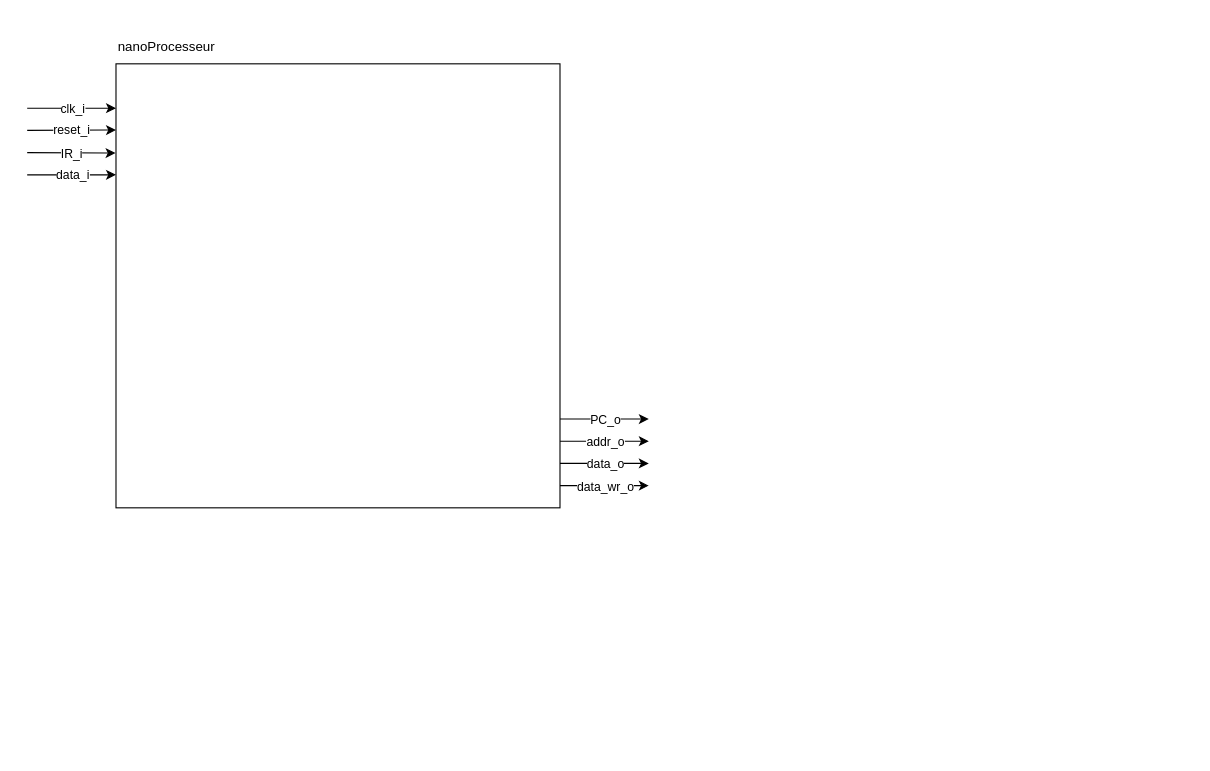
catabozan/sysnum-applique keeps this draw.io diagram as _documents/schemas/nanoProcesseur.drawio. Above is the earlier version. Source tidied: cells renumbered, new cells numbered last; positions are measured from the earlier drawing's top-left corner, leaving out a move shared by most shapes. Both pictures are drawn from the tidied source at 111%, with x=0, y=0 at pixel (27, 30).
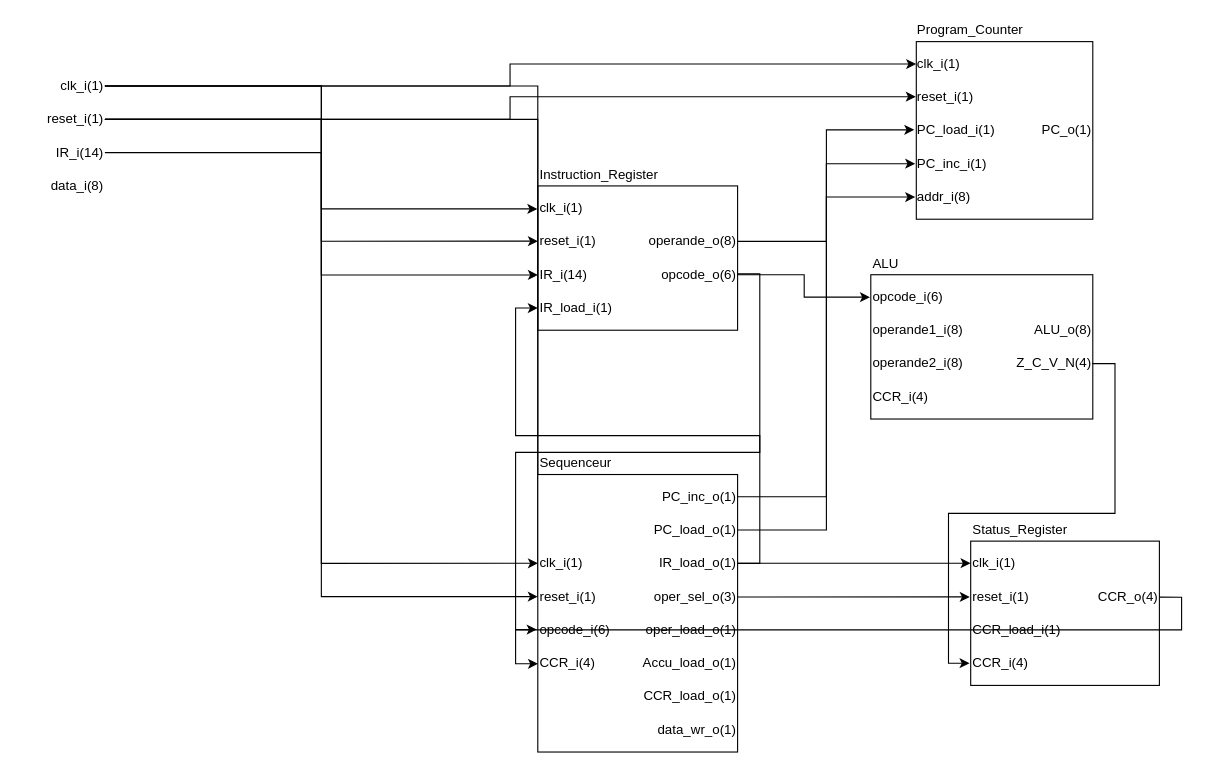
After the change.

Commit message:
docs: work on nanoProcesseur schema

Diff of the diagram source:
```diff
@@
-    <mxCell id="2" style="whiteSpace=wrap;html=1;" parent="1" vertex="1">
-      <mxGeometry x="80" y="30" width="400" height="400" as="geometry" />
-    </mxCell>
-    <mxCell id="3" value="nanoProcesseur" style="text;html=1;align=left;verticalAlign=middle;whiteSpace=wrap;rounded=0;" parent="1" vertex="1">
-      <mxGeometry x="80" width="60" height="30" as="geometry" />
-    </mxCell>
-    <mxCell id="4" style="endArrow=classic;html=1;rounded=0;entryX=0;entryY=0.1;entryDx=0;entryDy=0;entryPerimeter=0;" parent="1" edge="1" target="2">
-      <mxGeometry relative="1" as="geometry">
-        <mxPoint y="70" as="sourcePoint" />
-      </mxGeometry>
-    </mxCell>
-    <mxCell id="5" value="clk_i" style="edgeLabel;html=1;align=center;verticalAlign=middle;" parent="4" vertex="1">
-      <mxGeometry relative="1" as="geometry" />
-    </mxCell>
-    <mxCell id="6" style="endArrow=classic;html=1;rounded=0;entryX=0;entryY=0.149;entryDx=0;entryDy=0;entryPerimeter=0;" parent="1" edge="1" target="2">
-      <mxGeometry relative="1" as="geometry">
-        <mxPoint y="90" as="sourcePoint" />
-      </mxGeometry>
-    </mxCell>
-    <mxCell id="7" value="reset_i" style="edgeLabel;html=1;align=center;verticalAlign=middle;" parent="6" vertex="1">
-      <mxGeometry relative="1" as="geometry" />
-    </mxCell>
-    <mxCell id="8" style="endArrow=classic;html=1;rounded=0;entryX=-0.001;entryY=0.201;entryDx=0;entryDy=0;entryPerimeter=0;" parent="1" edge="1" target="2">
-      <mxGeometry relative="1" as="geometry">
-        <mxPoint y="110" as="sourcePoint" />
-      </mxGeometry>
-    </mxCell>
-    <mxCell id="9" value="IR_i" style="edgeLabel;html=1;align=center;verticalAlign=middle;" parent="8" vertex="1">
-      <mxGeometry relative="1" as="geometry" />
-    </mxCell>
-    <mxCell id="10" style="endArrow=classic;html=1;rounded=0;entryX=0;entryY=0.25;entryDx=0;entryDy=0;" parent="1" edge="1" target="2">
-      <mxGeometry relative="1" as="geometry">
-        <mxPoint y="130" as="sourcePoint" />
-      </mxGeometry>
-    </mxCell>
-    <mxCell id="11" value="data_i" style="edgeLabel;html=1;align=center;verticalAlign=middle;" parent="10" vertex="1">
-      <mxGeometry relative="1" as="geometry" />
-    </mxCell>
-    <mxCell id="12" style="endArrow=classic;html=1;rounded=0;" parent="1" edge="1">
-      <mxGeometry relative="1" as="geometry">
-        <mxPoint x="480" y="350" as="sourcePoint" />
-        <mxPoint x="560" y="350" as="targetPoint" />
-      </mxGeometry>
-    </mxCell>
-    <mxCell id="13" value="PC_o" style="edgeLabel;html=1;align=center;verticalAlign=middle;" parent="12" vertex="1">
-      <mxGeometry relative="1" as="geometry" />
-    </mxCell>
-    <mxCell id="14" style="endArrow=classic;html=1;rounded=0;" parent="1" edge="1">
-      <mxGeometry relative="1" as="geometry">
-        <mxPoint x="480" y="370" as="sourcePoint" />
-        <mxPoint x="560" y="370" as="targetPoint" />
-      </mxGeometry>
-    </mxCell>
-    <mxCell id="15" value="addr_o" style="edgeLabel;html=1;align=center;verticalAlign=middle;" parent="14" vertex="1">
-      <mxGeometry relative="1" as="geometry" />
-    </mxCell>
-    <mxCell id="16" style="endArrow=classic;html=1;rounded=0;" parent="1" edge="1">
-      <mxGeometry relative="1" as="geometry">
-        <mxPoint x="480" y="390" as="sourcePoint" />
-        <mxPoint x="560" y="390" as="targetPoint" />
-      </mxGeometry>
-    </mxCell>
-    <mxCell id="17" value="data_o" style="edgeLabel;html=1;align=center;verticalAlign=middle;" parent="16" vertex="1">
-      <mxGeometry relative="1" as="geometry" />
-    </mxCell>
-    <mxCell id="18" style="endArrow=classic;html=1;rounded=0;" parent="1" edge="1">
-      <mxGeometry relative="1" as="geometry">
-        <mxPoint x="480" y="410" as="sourcePoint" />
-        <mxPoint x="560" y="410" as="targetPoint" />
-      </mxGeometry>
-    </mxCell>
-    <mxCell id="19" value="data_wr_o" style="edgeLabel;html=1;align=center;verticalAlign=middle;" parent="18" vertex="1">
-      <mxGeometry relative="1" as="geometry" />
-    </mxCell>
+    <mxCell id="20" style="group;" parent="1" vertex="1">
+      <mxGeometry x="460" y="120" width="180" height="150" as="geometry" />
+    </mxCell>
+    <mxCell id="21" style="whiteSpace=wrap;html=1;" parent="20" vertex="1">
+      <mxGeometry y="20" width="180" height="130" as="geometry" />
+    </mxCell>
+    <mxCell id="22" value="clk_i(1)" style="text;html=1;align=left;verticalAlign=middle;points=[];strokeColor=none;fillColor=none;" parent="20" vertex="1">
+      <mxGeometry y="30" width="50" height="20" as="geometry" />
+    </mxCell>
+    <mxCell id="23" value="reset_i(1)" style="text;html=1;align=left;verticalAlign=middle;points=[];strokeColor=none;fillColor=none;" parent="20" vertex="1">
+      <mxGeometry y="60" width="50" height="20" as="geometry" />
+    </mxCell>
+    <mxCell id="24" value="IR_i(14)" style="text;html=1;align=left;verticalAlign=middle;points=[];strokeColor=none;fillColor=none;" parent="20" vertex="1">
+      <mxGeometry y="90" width="50" height="20" as="geometry" />
+    </mxCell>
+    <mxCell id="25" value="Instruction_Register" style="text;html=1;align=left;verticalAlign=middle;strokeColor=none;fillColor=none;" parent="20" vertex="1">
+      <mxGeometry width="120" height="20" as="geometry" />
+    </mxCell>
+    <mxCell id="26" value="IR_load_i(1)" style="text;html=1;align=left;verticalAlign=middle;points=[];strokeColor=none;fillColor=none;" parent="20" vertex="1">
+      <mxGeometry y="120" width="70" height="20" as="geometry" />
+    </mxCell>
+    <mxCell id="27" value="operande_o(8)" style="text;html=1;align=right;verticalAlign=middle;points=[];strokeColor=none;fillColor=none;" parent="20" vertex="1">
+      <mxGeometry x="90" y="60" width="90" height="20" as="geometry" />
+    </mxCell>
+    <mxCell id="28" value="opcode_o(6)" style="text;html=1;align=right;verticalAlign=middle;points=[];strokeColor=none;fillColor=none;" parent="20" vertex="1">
+      <mxGeometry x="90" y="90" width="90" height="20" as="geometry" />
+    </mxCell>
+    <mxCell id="29" style="edgeStyle=orthogonalEdgeStyle;rounded=0;jettySize=auto;html=1;entryX=-0.008;entryY=0.536;entryDx=0;entryDy=0;entryPerimeter=0;" parent="1" edge="1" source="33" target="22">
+      <mxGeometry relative="1" as="geometry" />
+    </mxCell>
+    <mxCell id="30" style="edgeStyle=orthogonalEdgeStyle;rounded=0;jettySize=auto;html=1;entryX=0.017;entryY=0.51;entryDx=0;entryDy=0;entryPerimeter=0;" parent="1" edge="1" source="33" target="45">
+      <mxGeometry relative="1" as="geometry" />
+    </mxCell>
+    <mxCell id="31" style="edgeStyle=orthogonalEdgeStyle;rounded=0;jettySize=auto;html=1;entryX=0.002;entryY=0.499;entryDx=0;entryDy=0;entryPerimeter=0;" parent="1" edge="1" source="33" target="64">
+      <mxGeometry relative="1" as="geometry" />
+    </mxCell>
+    <mxCell id="32" style="edgeStyle=orthogonalEdgeStyle;rounded=0;jettySize=auto;html=1;entryX=-0.002;entryY=0.494;entryDx=0;entryDy=0;entryPerimeter=0;" parent="1" edge="1" source="33" target="83">
+      <mxGeometry relative="1" as="geometry" />
+    </mxCell>
+    <mxCell id="33" value="clk_i(1)" style="text;html=1;align=right;verticalAlign=middle;points=[];strokeColor=none;fillColor=none;" parent="1" vertex="1">
+      <mxGeometry y="40" width="70" height="20" as="geometry" />
+    </mxCell>
+    <mxCell id="34" style="edgeStyle=orthogonalEdgeStyle;rounded=0;jettySize=auto;html=1;entryX=0.009;entryY=0.482;entryDx=0;entryDy=0;entryPerimeter=0;" parent="1" edge="1" source="37" target="46">
+      <mxGeometry relative="1" as="geometry" />
+    </mxCell>
+    <mxCell id="35" style="edgeStyle=orthogonalEdgeStyle;rounded=0;jettySize=auto;html=1;entryX=0;entryY=0.5;entryDx=0;entryDy=0;entryPerimeter=0;" parent="1" edge="1" source="37" target="65">
+      <mxGeometry relative="1" as="geometry" />
+    </mxCell>
+    <mxCell id="36" style="edgeStyle=orthogonalEdgeStyle;rounded=0;jettySize=auto;html=1;entryX=-0.014;entryY=0.513;entryDx=0;entryDy=0;entryPerimeter=0;" parent="1" edge="1" source="37" target="84">
+      <mxGeometry relative="1" as="geometry" />
+    </mxCell>
+    <mxCell id="37" value="reset_i(1)" style="text;html=1;align=right;verticalAlign=middle;points=[];strokeColor=none;fillColor=none;" parent="1" vertex="1">
+      <mxGeometry x="10" y="70" width="60" height="20" as="geometry" />
+    </mxCell>
+    <mxCell id="38" style="edgeStyle=orthogonalEdgeStyle;rounded=0;jettySize=auto;html=1;entryX=0.002;entryY=0.512;entryDx=0;entryDy=0;entryPerimeter=0;" parent="1" edge="1" source="39" target="24">
+      <mxGeometry relative="1" as="geometry" />
+    </mxCell>
+    <mxCell id="39" value="IR_i(14)" style="text;html=1;align=right;verticalAlign=middle;points=[];strokeColor=none;fillColor=none;" parent="1" vertex="1">
+      <mxGeometry x="20" y="100" width="50" height="20" as="geometry" />
+    </mxCell>
+    <mxCell id="40" value="data_i(8)" style="text;html=1;align=right;verticalAlign=middle;strokeColor=none;fillColor=none;" parent="1" vertex="1">
+      <mxGeometry x="10" y="130" width="60" height="20" as="geometry" />
+    </mxCell>
+    <mxCell id="41" style="edgeStyle=orthogonalEdgeStyle;rounded=0;jettySize=auto;html=1;entryX=0.002;entryY=0.488;entryDx=0;entryDy=0;entryPerimeter=0;" parent="1" edge="1" source="37" target="23">
+      <mxGeometry relative="1" as="geometry" />
+    </mxCell>
+    <mxCell id="42" style="edgeStyle=orthogonalEdgeStyle;rounded=0;jettySize=auto;html=1;entryX=0;entryY=0.5;entryDx=0;entryDy=0;entryPerimeter=0;" parent="1" edge="1" source="27" target="49">
+      <mxGeometry relative="1" as="geometry" />
+    </mxCell>
+    <mxCell id="43" style="group;" parent="1" vertex="1">
+      <mxGeometry x="800" y="-10" width="160" height="180" as="geometry" />
+    </mxCell>
+    <mxCell id="44" style="whiteSpace=wrap;html=1;" parent="43" vertex="1">
+      <mxGeometry x="1" y="20" width="159" height="160" as="geometry" />
+    </mxCell>
+    <mxCell id="45" value="clk_i(1)" style="text;html=1;align=left;verticalAlign=middle;points=[];strokeColor=none;fillColor=none;" parent="43" vertex="1">
+      <mxGeometry y="30" width="50" height="20" as="geometry" />
+    </mxCell>
+    <mxCell id="46" value="reset_i(1)" style="text;html=1;align=left;verticalAlign=middle;points=[];strokeColor=none;fillColor=none;" parent="43" vertex="1">
+      <mxGeometry y="60" width="60" height="20" as="geometry" />
+    </mxCell>
+    <mxCell id="47" value="PC_load_i(1)" style="text;html=1;align=left;verticalAlign=middle;points=[];strokeColor=none;fillColor=none;" parent="43" vertex="1">
+      <mxGeometry y="90" width="80" height="20" as="geometry" />
+    </mxCell>
+    <mxCell id="48" value="PC_inc_i(1)" style="text;html=1;align=left;verticalAlign=middle;points=[];strokeColor=none;fillColor=none;" parent="43" vertex="1">
+      <mxGeometry y="120" width="80" height="20" as="geometry" />
+    </mxCell>
+    <mxCell id="49" value="addr_i(8)" style="text;html=1;align=left;verticalAlign=middle;points=[];strokeColor=none;fillColor=none;" parent="43" vertex="1">
+      <mxGeometry y="150" width="60" height="20" as="geometry" />
+    </mxCell>
+    <mxCell id="50" value="PC_o(1)" style="text;html=1;align=right;verticalAlign=middle;strokeColor=none;fillColor=none;" parent="43" vertex="1">
+      <mxGeometry x="100" y="90" width="60" height="20" as="geometry" />
+    </mxCell>
+    <mxCell id="51" value="Program_Counter" style="text;html=1;align=left;verticalAlign=middle;strokeColor=none;fillColor=none;" parent="43" vertex="1">
+      <mxGeometry width="110" height="20" as="geometry" />
+    </mxCell>
+    <mxCell id="52" style="group;" parent="1" vertex="1">
+      <mxGeometry x="760" y="200" width="200" height="150" as="geometry" />
+    </mxCell>
+    <mxCell id="53" style="whiteSpace=wrap;html=1;" parent="52" vertex="1">
+      <mxGeometry y="20" width="200" height="130" as="geometry" />
+    </mxCell>
+    <mxCell id="54" value="opcode_i(6)" style="text;html=1;align=left;verticalAlign=middle;points=[];strokeColor=none;fillColor=none;" parent="52" vertex="1">
+      <mxGeometry y="30" width="70" height="20" as="geometry" />
+    </mxCell>
+    <mxCell id="55" value="operande2_i(8)" style="text;html=1;align=left;verticalAlign=middle;strokeColor=none;fillColor=none;" parent="52" vertex="1">
+      <mxGeometry y="90" width="90" height="20" as="geometry" />
+    </mxCell>
+    <mxCell id="56" value="operande1_i(8)" style="text;html=1;align=left;verticalAlign=middle;strokeColor=none;fillColor=none;" parent="52" vertex="1">
+      <mxGeometry y="60" width="90" height="20" as="geometry" />
+    </mxCell>
+    <mxCell id="57" value="CCR_i(4)" style="text;html=1;align=left;verticalAlign=middle;strokeColor=none;fillColor=none;" parent="52" vertex="1">
+      <mxGeometry y="120" width="60" height="20" as="geometry" />
+    </mxCell>
+    <mxCell id="58" value="ALU_o(8)" style="text;html=1;align=right;verticalAlign=middle;strokeColor=none;fillColor=none;" parent="52" vertex="1">
+      <mxGeometry x="110" y="60" width="90" height="20" as="geometry" />
+    </mxCell>
+    <mxCell id="59" value="Z_C_V_N(4)" style="text;html=1;align=right;verticalAlign=middle;points=[];strokeColor=none;fillColor=none;" parent="52" vertex="1">
+      <mxGeometry x="110" y="90" width="90" height="20" as="geometry" />
+    </mxCell>
+    <mxCell id="60" value="ALU" style="text;html=1;align=left;verticalAlign=middle;strokeColor=none;fillColor=none;" parent="52" vertex="1">
+      <mxGeometry width="40" height="20" as="geometry" />
+    </mxCell>
+    <mxCell id="61" style="edgeStyle=orthogonalEdgeStyle;rounded=0;jettySize=auto;html=1;entryX=-0.011;entryY=0.51;entryDx=0;entryDy=0;entryPerimeter=0;" parent="1" edge="1" source="28" target="54">
+      <mxGeometry relative="1" as="geometry" />
+    </mxCell>
+    <mxCell id="62" style="group;" parent="1" vertex="1">
+      <mxGeometry x="460" y="380" width="180" height="270" as="geometry" />
+    </mxCell>
+    <mxCell id="63" style="whiteSpace=wrap;html=1;" parent="62" vertex="1">
+      <mxGeometry y="20" width="180" height="250" as="geometry" />
+    </mxCell>
+    <mxCell id="64" value="clk_i(1)" style="text;html=1;align=left;verticalAlign=middle;points=[];strokeColor=none;fillColor=none;" parent="62" vertex="1">
+      <mxGeometry y="90" width="50" height="20" as="geometry" />
+    </mxCell>
+    <mxCell id="65" value="reset_i(1)" style="text;html=1;align=left;verticalAlign=middle;points=[];strokeColor=none;fillColor=none;" parent="62" vertex="1">
+      <mxGeometry y="120" width="60" height="20" as="geometry" />
+    </mxCell>
+    <mxCell id="66" value="opcode_i(6)" style="text;html=1;align=left;verticalAlign=middle;points=[];strokeColor=none;fillColor=none;" parent="62" vertex="1">
+      <mxGeometry y="150" width="70" height="20" as="geometry" />
+    </mxCell>
+    <mxCell id="67" value="CCR_i(4)" style="text;html=1;align=left;verticalAlign=middle;points=[];strokeColor=none;fillColor=none;" parent="62" vertex="1">
+      <mxGeometry y="180" width="60" height="20" as="geometry" />
+    </mxCell>
+    <mxCell id="68" value="PC_inc_o(1)" style="text;html=1;align=right;verticalAlign=middle;points=[];strokeColor=none;fillColor=none;" parent="62" vertex="1">
+      <mxGeometry x="110" y="30" width="70" height="20" as="geometry" />
+    </mxCell>
+    <mxCell id="69" value="PC_load_o(1)" style="text;html=1;align=right;verticalAlign=middle;points=[];strokeColor=none;fillColor=none;" parent="62" vertex="1">
+      <mxGeometry x="100" y="60" width="80" height="20" as="geometry" />
+    </mxCell>
+    <mxCell id="70" value="IR_load_o(1)" style="text;html=1;align=right;verticalAlign=middle;points=[];strokeColor=none;fillColor=none;" parent="62" vertex="1">
+      <mxGeometry x="100" y="90" width="80" height="20" as="geometry" />
+    </mxCell>
+    <mxCell id="71" value="oper_sel_o(3)" style="text;html=1;align=right;verticalAlign=middle;strokeColor=none;fillColor=none;" parent="62" vertex="1">
+      <mxGeometry x="100" y="120" width="80" height="20" as="geometry" />
+    </mxCell>
+    <mxCell id="72" value="oper_load_o(1)" style="text;html=1;align=right;verticalAlign=middle;strokeColor=none;fillColor=none;" parent="62" vertex="1">
+      <mxGeometry x="90" y="150" width="90" height="20" as="geometry" />
+    </mxCell>
+    <mxCell id="73" value="Accu_load_o(1)" style="text;html=1;align=right;verticalAlign=middle;strokeColor=none;fillColor=none;" parent="62" vertex="1">
+      <mxGeometry x="90" y="180" width="90" height="20" as="geometry" />
+    </mxCell>
+    <mxCell id="74" value="CCR_load_o(1)" style="text;html=1;align=right;verticalAlign=middle;strokeColor=none;fillColor=none;" parent="62" vertex="1">
+      <mxGeometry x="90" y="210" width="90" height="20" as="geometry" />
+    </mxCell>
+    <mxCell id="75" value="data_wr_o(1)" style="text;html=1;align=right;verticalAlign=middle;strokeColor=none;fillColor=none;" parent="62" vertex="1">
+      <mxGeometry x="100" y="240" width="80" height="20" as="geometry" />
+    </mxCell>
+    <mxCell id="76" value="Sequenceur" style="text;html=1;align=left;verticalAlign=middle;strokeColor=none;fillColor=none;" parent="62" vertex="1">
+      <mxGeometry width="80" height="20" as="geometry" />
+    </mxCell>
+    <mxCell id="77" style="edgeStyle=orthogonalEdgeStyle;rounded=0;jettySize=auto;html=1;exitX=1.002;exitY=0.46;exitDx=0;exitDy=0;exitPerimeter=0;entryX=-0.014;entryY=0.485;entryDx=0;entryDy=0;entryPerimeter=0;" parent="1" edge="1" source="28" target="66">
+      <mxGeometry relative="1" as="geometry" />
+    </mxCell>
+    <mxCell id="78" style="edgeStyle=orthogonalEdgeStyle;rounded=0;jettySize=auto;html=1;entryX=0;entryY=0.5;entryDx=0;entryDy=0;entryPerimeter=0;" parent="1" edge="1" source="68" target="48">
+      <mxGeometry relative="1" as="geometry" />
+    </mxCell>
+    <mxCell id="79" style="edgeStyle=orthogonalEdgeStyle;rounded=0;jettySize=auto;html=1;entryX=-0.01;entryY=0.475;entryDx=0;entryDy=0;entryPerimeter=0;" parent="1" edge="1" source="69" target="47">
+      <mxGeometry relative="1" as="geometry" />
+    </mxCell>
+    <mxCell id="80" style="edgeStyle=orthogonalEdgeStyle;rounded=0;jettySize=auto;html=1;exitX=1;exitY=0.5;exitDx=0;exitDy=0;exitPerimeter=0;entryX=0;entryY=0.5;entryDx=0;entryDy=0;entryPerimeter=0;" parent="1" edge="1" source="70" target="26">
+      <mxGeometry relative="1" as="geometry" />
+    </mxCell>
+    <mxCell id="81" style="group;" parent="1" vertex="1">
+      <mxGeometry x="850" y="440" width="170" height="150" as="geometry" />
+    </mxCell>
+    <mxCell id="82" style="whiteSpace=wrap;html=1;" parent="81" vertex="1">
+      <mxGeometry y="20" width="170" height="130" as="geometry" />
+    </mxCell>
+    <mxCell id="83" value="clk_i(1)" style="text;html=1;align=left;verticalAlign=middle;points=[];strokeColor=none;fillColor=none;" parent="81" vertex="1">
+      <mxGeometry y="30" width="50" height="20" as="geometry" />
+    </mxCell>
+    <mxCell id="84" value="reset_i(1)" style="text;html=1;align=left;verticalAlign=middle;points=[];strokeColor=none;fillColor=none;" parent="81" vertex="1">
+      <mxGeometry y="60" width="60" height="20" as="geometry" />
+    </mxCell>
+    <mxCell id="85" value="CCR_load_i(1)" style="text;html=1;align=left;verticalAlign=middle;strokeColor=none;fillColor=none;" parent="81" vertex="1">
+      <mxGeometry y="90" width="90" height="20" as="geometry" />
+    </mxCell>
+    <mxCell id="86" value="CCR_i(4)" style="text;html=1;align=left;verticalAlign=middle;points=[];strokeColor=none;fillColor=none;" parent="81" vertex="1">
+      <mxGeometry y="120" width="60" height="20" as="geometry" />
+    </mxCell>
+    <mxCell id="87" value="CCR_o(4)" style="text;html=1;align=right;verticalAlign=middle;points=[];strokeColor=none;fillColor=none;" parent="81" vertex="1">
+      <mxGeometry x="110" y="60" width="60" height="20" as="geometry" />
+    </mxCell>
+    <mxCell id="88" value="Status_Register" style="text;html=1;align=left;verticalAlign=middle;strokeColor=none;fillColor=none;" parent="81" vertex="1">
+      <mxGeometry width="100" height="20" as="geometry" />
+    </mxCell>
+    <mxCell id="89" style="edgeStyle=orthogonalEdgeStyle;rounded=0;jettySize=auto;html=1;exitX=0.994;exitY=0.504;exitDx=0;exitDy=0;exitPerimeter=0;entryX=-0.017;entryY=0.5;entryDx=0;entryDy=0;entryPerimeter=0;" parent="1" edge="1" source="59" target="86">
+      <mxGeometry relative="1" as="geometry" />
+    </mxCell>
+    <mxCell id="90" style="edgeStyle=orthogonalEdgeStyle;rounded=0;jettySize=auto;html=1;exitX=1.004;exitY=0.523;exitDx=0;exitDy=0;exitPerimeter=0;entryX=0.003;entryY=0.525;entryDx=0;entryDy=0;entryPerimeter=0;elbow=vertical;" parent="1" edge="1" source="87" target="67">
+      <mxGeometry relative="1" as="geometry" />
+    </mxCell>
```
